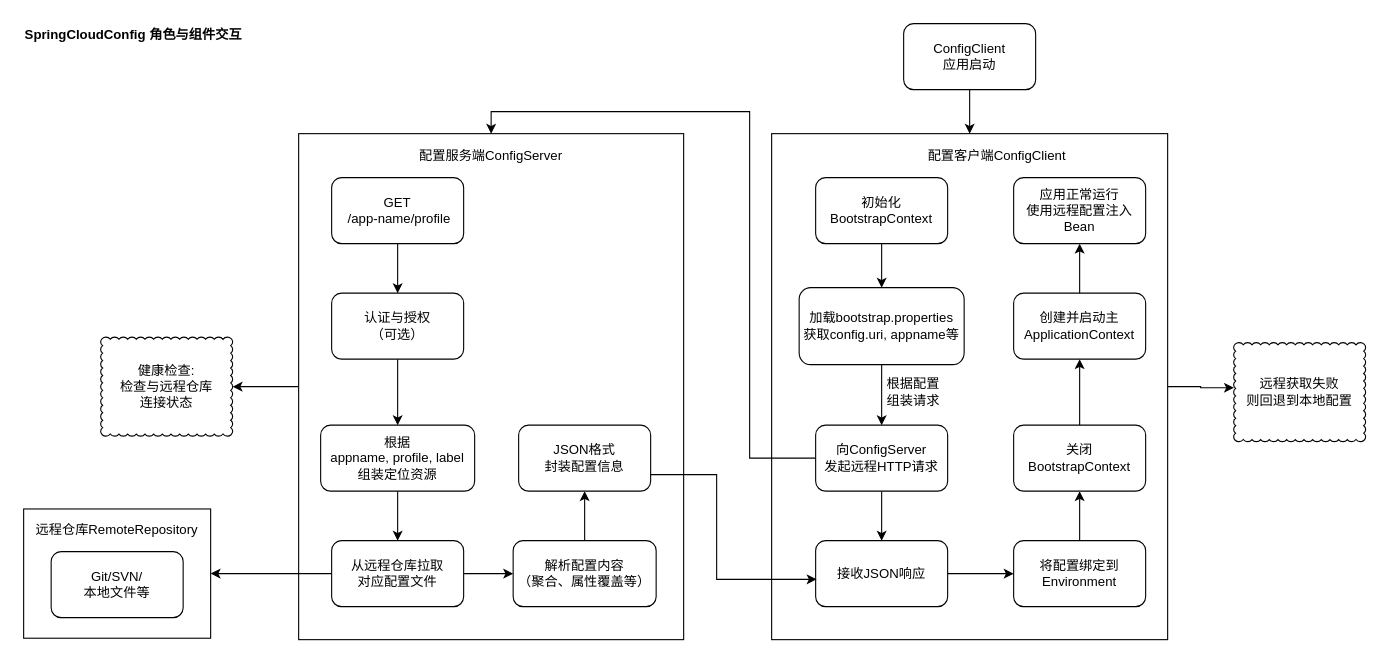
The draw.io diagram achitecture_diagram/SpringCloudConfig底层原理.drawio in abigalexy/online_drawing, before the edit. Source tidied: cells renumbered, new cells numbered last; positions are measured from the earlier drawing's top-left corner, leaving out a move shared by most shapes. Both pictures are drawn from the tidied source at 110%, with x=0, y=0 at pixel (23, 23).
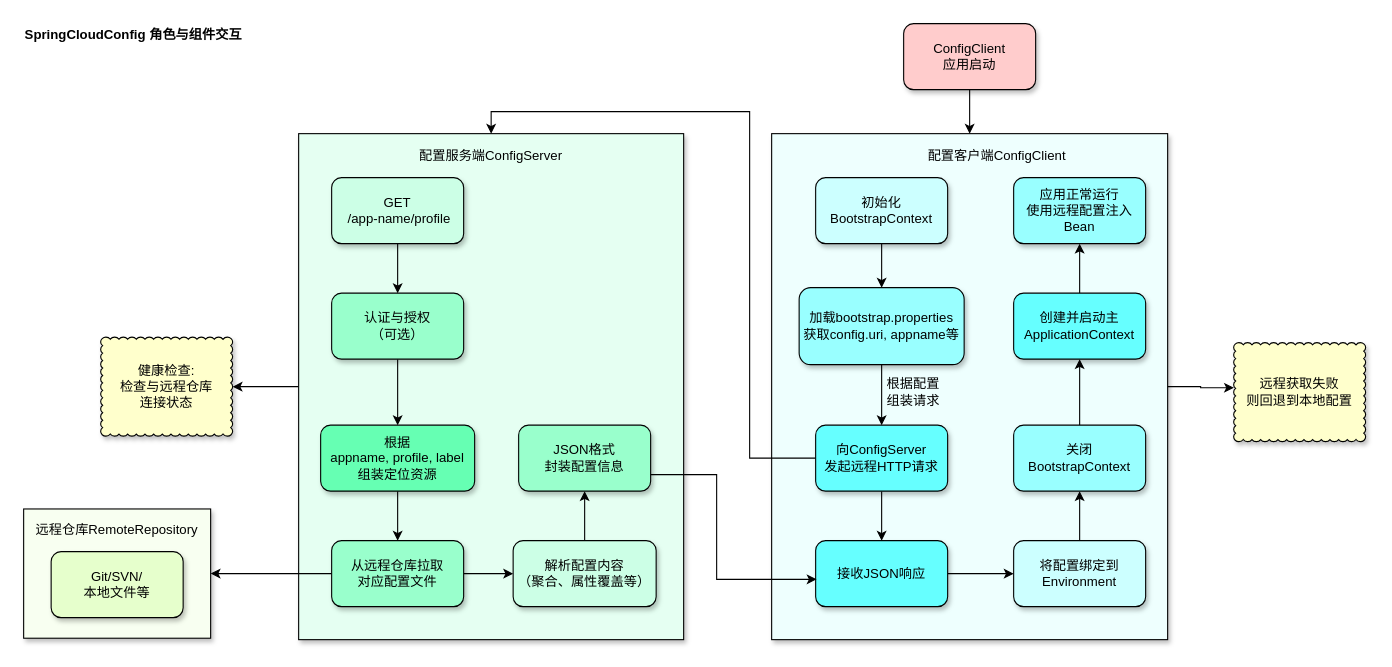
The same diagram, later.

Commit message:
更新SpringCloudConfig底层原理.drawio

The change refers to these unchanged cells:
```xml
<mxCell id="2" style="group;" parent="1" vertex="1">
  <mxGeometry width="1220" height="560" as="geometry" />
</mxCell>
```

The edit, as a diff of the source:
```diff
@@
-    <mxCell id="3" style="rounded=0;whiteSpace=wrap;html=1;" parent="2" vertex="1">
+    <mxCell id="3" style="rounded=0;whiteSpace=wrap;html=1;fillColor=#EEFFFE;shadow=1;" parent="2" vertex="1">
       <mxGeometry x="680" y="100" width="360" height="460" as="geometry" />
     </mxCell>
@@
-    <mxCell id="5" style="rounded=0;whiteSpace=wrap;html=1;" parent="2" vertex="1">
+    <mxCell id="5" style="rounded=0;whiteSpace=wrap;html=1;fillColor=#E5FFF2;shadow=1;" parent="2" vertex="1">
       <mxGeometry x="250" y="100" width="350" height="460" as="geometry" />
     </mxCell>
-    <mxCell id="6" style="rounded=0;whiteSpace=wrap;html=1;" parent="2" vertex="1">
+    <mxCell id="6" style="rounded=0;whiteSpace=wrap;html=1;fillColor=#F8FFF1;shadow=1;" parent="2" vertex="1">
       <mxGeometry y="441.2" width="170" height="117.5" as="geometry" />
     </mxCell>
@@
-    <mxCell id="8" value="ConfigClient&lt;br&gt;应用启动" style="rounded=1;whiteSpace=wrap;html=1;" parent="2" vertex="1">
+    <mxCell id="8" value="ConfigClient&lt;br&gt;应用启动" style="rounded=1;whiteSpace=wrap;html=1;fillColor=#FFCCCC;shadow=1;" parent="2" vertex="1">
       <mxGeometry x="800" width="120" height="60" as="geometry" />
     </mxCell>
@@
-    <mxCell id="10" value="初始化BootstrapContext" style="rounded=1;whiteSpace=wrap;html=1;" parent="2" vertex="1">
+    <mxCell id="10" value="初始化BootstrapContext" style="rounded=1;whiteSpace=wrap;html=1;fillColor=#CCFFFF;shadow=1;" parent="2" vertex="1">
       <mxGeometry x="720" y="140" width="120" height="60" as="geometry" />
     </mxCell>
@@
-    <mxCell id="13" value="加载bootstrap.properties&lt;br&gt;获取config.uri, appname等" style="rounded=1;whiteSpace=wrap;html=1;" parent="2" vertex="1">
+    <mxCell id="13" value="加载bootstrap.properties&lt;br&gt;获取config.uri, appname等" style="rounded=1;whiteSpace=wrap;html=1;fillColor=#99FFFF;shadow=1;" parent="2" vertex="1">
       <mxGeometry x="705" y="240" width="150" height="70" as="geometry" />
     </mxCell>
@@
-    <mxCell id="16" value="向ConfigServer&lt;br&gt;发起远程HTTP请求" style="rounded=1;whiteSpace=wrap;html=1;" parent="2" vertex="1">
+    <mxCell id="16" value="向ConfigServer&lt;br&gt;发起远程HTTP请求" style="rounded=1;whiteSpace=wrap;html=1;fillColor=#66FFFF;shadow=1;" parent="2" vertex="1">
       <mxGeometry x="720" y="365" width="120" height="60" as="geometry" />
     </mxCell>
@@
-    <mxCell id="19" value="接收JSON响应" style="rounded=1;whiteSpace=wrap;html=1;" parent="2" vertex="1">
+    <mxCell id="19" value="接收JSON响应" style="rounded=1;whiteSpace=wrap;html=1;fillColor=#66FFFF;shadow=1;" parent="2" vertex="1">
       <mxGeometry x="720" y="470" width="120" height="60" as="geometry" />
     </mxCell>
@@
-    <mxCell id="21" value="将配置绑定到Environment" style="rounded=1;whiteSpace=wrap;html=1;" parent="2" vertex="1">
+    <mxCell id="21" value="将配置绑定到Environment" style="rounded=1;whiteSpace=wrap;html=1;fillColor=#CCFFFF;shadow=1;" parent="2" vertex="1">
       <mxGeometry x="900" y="470" width="120" height="60" as="geometry" />
     </mxCell>
@@
-    <mxCell id="23" value="关闭&lt;br&gt;BootstrapContext" style="rounded=1;whiteSpace=wrap;html=1;" parent="2" vertex="1">
+    <mxCell id="23" value="关闭&lt;br&gt;BootstrapContext" style="rounded=1;whiteSpace=wrap;html=1;fillColor=#99FFFF;shadow=1;" parent="2" vertex="1">
       <mxGeometry x="900" y="365" width="120" height="60" as="geometry" />
     </mxCell>
@@
-    <mxCell id="25" value="创建并启动主ApplicationContext" style="rounded=1;whiteSpace=wrap;html=1;" parent="2" vertex="1">
+    <mxCell id="25" value="创建并启动主ApplicationContext" style="rounded=1;whiteSpace=wrap;html=1;fillColor=#66FFFF;shadow=1;" parent="2" vertex="1">
       <mxGeometry x="900" y="245" width="120" height="60" as="geometry" />
     </mxCell>
-    <mxCell id="26" value="应用正常运行&lt;br&gt;使用远程配置注入Bean" style="rounded=1;whiteSpace=wrap;html=1;" parent="2" vertex="1">
+    <mxCell id="26" value="应用正常运行&lt;br&gt;使用远程配置注入Bean" style="rounded=1;whiteSpace=wrap;html=1;fillColor=#99FFFF;shadow=1;" parent="2" vertex="1">
       <mxGeometry x="900" y="140" width="120" height="60" as="geometry" />
     </mxCell>
@@
-    <mxCell id="28" value="GET&lt;br&gt;&amp;nbsp;/app-name/profile" style="rounded=1;whiteSpace=wrap;html=1;" parent="2" vertex="1">
+    <mxCell id="28" value="GET&lt;br&gt;&amp;nbsp;/app-name/profile" style="rounded=1;whiteSpace=wrap;html=1;fillColor=#CCFFE6;shadow=1;" parent="2" vertex="1">
       <mxGeometry x="280" y="140" width="120" height="60" as="geometry" />
     </mxCell>
@@
-    <mxCell id="31" value="认证与授权&lt;br&gt;（可选）" style="rounded=1;whiteSpace=wrap;html=1;" parent="2" vertex="1">
+    <mxCell id="31" value="认证与授权&lt;br&gt;（可选）" style="rounded=1;whiteSpace=wrap;html=1;fillColor=#99FFCC;shadow=1;" parent="2" vertex="1">
       <mxGeometry x="280" y="245" width="120" height="60" as="geometry" />
     </mxCell>
@@
-    <mxCell id="33" value="根据&lt;br&gt;appname, profile, label&lt;br&gt;组装定位资源" style="rounded=1;whiteSpace=wrap;html=1;" parent="2" vertex="1">
+    <mxCell id="33" value="根据&lt;br&gt;appname, profile, label&lt;br&gt;组装定位资源" style="rounded=1;whiteSpace=wrap;html=1;fillColor=#66FFB3;shadow=1;" parent="2" vertex="1">
       <mxGeometry x="270" y="365" width="140" height="60" as="geometry" />
     </mxCell>
@@
-    <mxCell id="36" value="从远程仓库拉取&lt;br&gt;对应配置文件" style="rounded=1;whiteSpace=wrap;html=1;" parent="2" vertex="1">
+    <mxCell id="36" value="从远程仓库拉取&lt;br&gt;对应配置文件" style="rounded=1;whiteSpace=wrap;html=1;fillColor=#99FFCC;shadow=1;" parent="2" vertex="1">
       <mxGeometry x="280" y="470" width="120" height="60" as="geometry" />
     </mxCell>
@@
-    <mxCell id="38" value="解析配置内容&lt;br&gt;（聚合、属性覆盖等）" style="rounded=1;whiteSpace=wrap;html=1;" parent="2" vertex="1">
+    <mxCell id="38" value="解析配置内容&lt;br&gt;（聚合、属性覆盖等）" style="rounded=1;whiteSpace=wrap;html=1;fillColor=#CCFFE6;shadow=1;" parent="2" vertex="1">
       <mxGeometry x="445" y="470" width="130" height="60" as="geometry" />
     </mxCell>
-    <mxCell id="39" value="JSON格式&lt;br&gt;封装配置信息" style="rounded=1;whiteSpace=wrap;html=1;" parent="2" vertex="1">
+    <mxCell id="39" value="JSON格式&lt;br&gt;封装配置信息" style="rounded=1;whiteSpace=wrap;html=1;fillColor=#99FFCC;shadow=1;" parent="2" vertex="1">
       <mxGeometry x="450" y="365" width="120" height="60" as="geometry" />
     </mxCell>
-    <mxCell id="40" value="Git/SVN/&lt;br&gt;本地文件等" style="rounded=1;whiteSpace=wrap;html=1;" parent="2" vertex="1">
+    <mxCell id="40" value="Git/SVN/&lt;br&gt;本地文件等" style="rounded=1;whiteSpace=wrap;html=1;fillColor=#E6FFCC;shadow=1;" parent="2" vertex="1">
       <mxGeometry x="25" y="480" width="120" height="60" as="geometry" />
     </mxCell>
@@
-    <mxCell id="42" value="健康检查:&lt;br&gt;检查与远程仓库&lt;br&gt;连接状态" style="whiteSpace=wrap;html=1;shape=mxgraph.basic.cloud_rect;" parent="2" vertex="1">
+    <mxCell id="42" value="健康检查:&lt;br&gt;检查与远程仓库&lt;br&gt;连接状态" style="whiteSpace=wrap;html=1;shape=mxgraph.basic.cloud_rect;fillColor=#FFFFCC;shadow=1;" parent="2" vertex="1">
       <mxGeometry x="70" y="285" width="120" height="90" as="geometry" />
     </mxCell>
-    <mxCell id="43" value="远程获取失败&lt;br&gt;则回退到本地配置" style="whiteSpace=wrap;html=1;shape=mxgraph.basic.cloud_rect;" parent="2" vertex="1">
+    <mxCell id="43" value="远程获取失败&lt;br&gt;则回退到本地配置" style="whiteSpace=wrap;html=1;shape=mxgraph.basic.cloud_rect;fillColor=#FFFFCC;shadow=1;" parent="2" vertex="1">
       <mxGeometry x="1100" y="290" width="120" height="90" as="geometry" />
     </mxCell>
```
